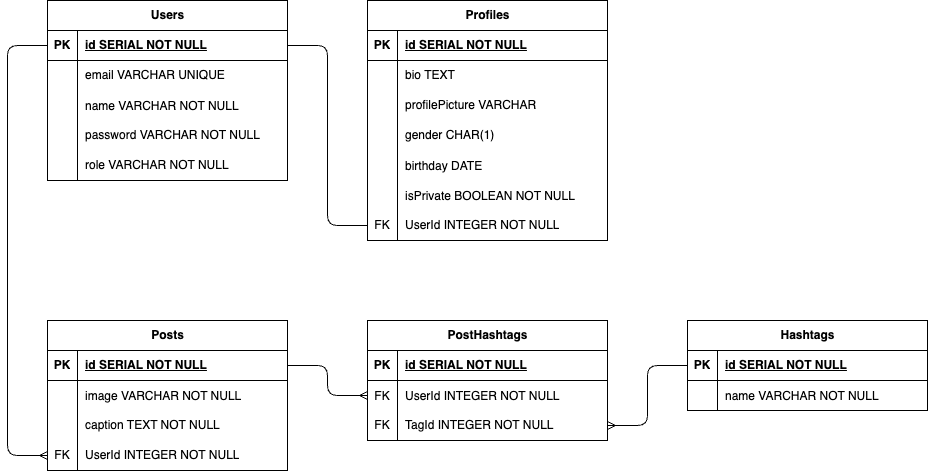
Above: erd.drawio.png in arnold-utama/pair-project-p1 (draw.io), before the change. Source tidied: cells renumbered, new cells last; positions are measured from the earlier drawing's top-left corner, leaving out a move shared by most shapes.
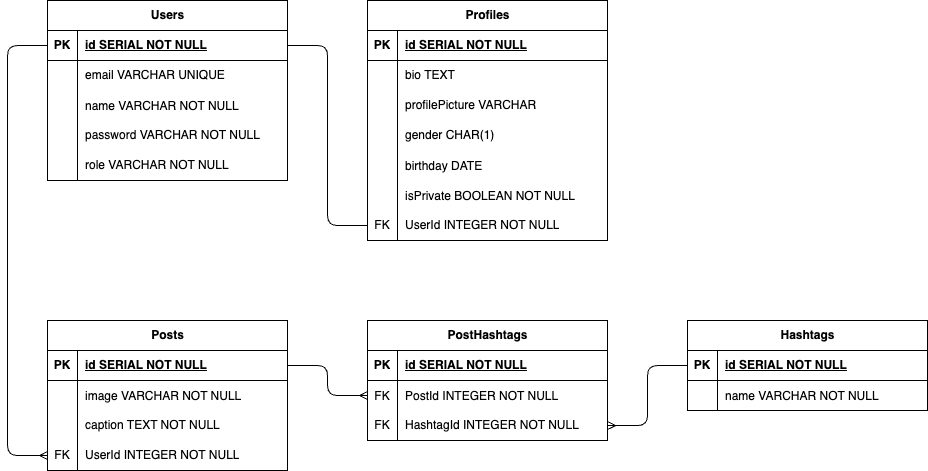
The same diagram one commit later.

Change to the diagram source:
```diff
@@ -176,7 +176,7 @@
     <mxCell id="59" value="FK" style="shape=partialRectangle;fillColor=none;top=0;left=0;bottom=0;right=0;overflow=hidden;" parent="58" vertex="1">
       <mxGeometry width="30" height="30" as="geometry" />
     </mxCell>
-    <mxCell id="60" value="UserId INTEGER NOT NULL" style="shape=partialRectangle;fillColor=none;top=0;left=0;bottom=0;right=0;align=left;spacingLeft=6;overflow=hidden;" parent="58" vertex="1">
+    <mxCell id="60" value="PostId INTEGER NOT NULL" style="shape=partialRectangle;fillColor=none;top=0;left=0;bottom=0;right=0;align=left;spacingLeft=6;overflow=hidden;" parent="58" vertex="1">
       <mxGeometry x="30" width="210" height="30" as="geometry" />
     </mxCell>
     <mxCell id="61" style="shape=tableRow;horizontal=0;startSize=0;swimlaneHead=0;swimlaneBody=0;fillColor=none;points=[[0,0.5],[1,0.5]];portConstraint=eastwest;top=0;left=0;right=0;bottom=0;" parent="54" vertex="1">
@@ -185,7 +185,7 @@
     <mxCell id="62" value="FK" style="shape=partialRectangle;fillColor=none;top=0;left=0;bottom=0;right=0;overflow=hidden;whiteSpace=wrap;html=1;" parent="61" vertex="1">
       <mxGeometry width="30" height="30" as="geometry" />
     </mxCell>
-    <mxCell id="63" value="TagId INTEGER NOT NULL" style="shape=partialRectangle;fillColor=none;top=0;left=0;bottom=0;right=0;align=left;spacingLeft=6;overflow=hidden;whiteSpace=wrap;html=1;" parent="61" vertex="1">
+    <mxCell id="63" value="HashtagId INTEGER NOT NULL" style="shape=partialRectangle;fillColor=none;top=0;left=0;bottom=0;right=0;align=left;spacingLeft=6;overflow=hidden;whiteSpace=wrap;html=1;" parent="61" vertex="1">
       <mxGeometry x="30" width="210" height="30" as="geometry" />
     </mxCell>
     <mxCell id="64" style="edgeStyle=orthogonalEdgeStyle;fontSize=12;html=1;endArrow=ERmany;exitX=1;exitY=0.5;exitDx=0;exitDy=0;entryX=0;entryY=0.5;entryDx=0;entryDy=0;" parent="1" edge="1" source="42" target="58">
@@ -223,17 +223,5 @@
         </Array>
       </mxGeometry>
     </mxCell>
-    <mxCell id="74" style="shape=table;startSize=0;rowLines=0;fontStyle=0;align=center;strokeColor=none;fillColor=none;whiteSpace=wrap;html=1;" parent="1" vertex="1">
-      <mxGeometry x="360" y="410" width="180" height="30" as="geometry" />
-    </mxCell>
-    <mxCell id="75" style="shape=tableRow;horizontal=0;startSize=0;swimlaneHead=0;swimlaneBody=0;fillColor=none;top=0;left=0;right=0;bottom=0;" parent="74" vertex="1">
-      <mxGeometry width="180" height="30" as="geometry" />
-    </mxCell>
-    <mxCell id="76" style="shape=partialRectangle;fillColor=none;top=0;left=0;bottom=0;right=0;overflow=hidden;" parent="75" vertex="1">
-      <mxGeometry width="30" height="30" as="geometry" />
-    </mxCell>
-    <mxCell id="77" style="shape=partialRectangle;fillColor=none;top=0;left=0;bottom=0;right=0;align=left;spacingLeft=6;overflow=hidden;" parent="75" vertex="1">
-      <mxGeometry x="30" width="150" height="30" as="geometry" />
-    </mxCell>
   </root>
 </mxGraphModel>
```
